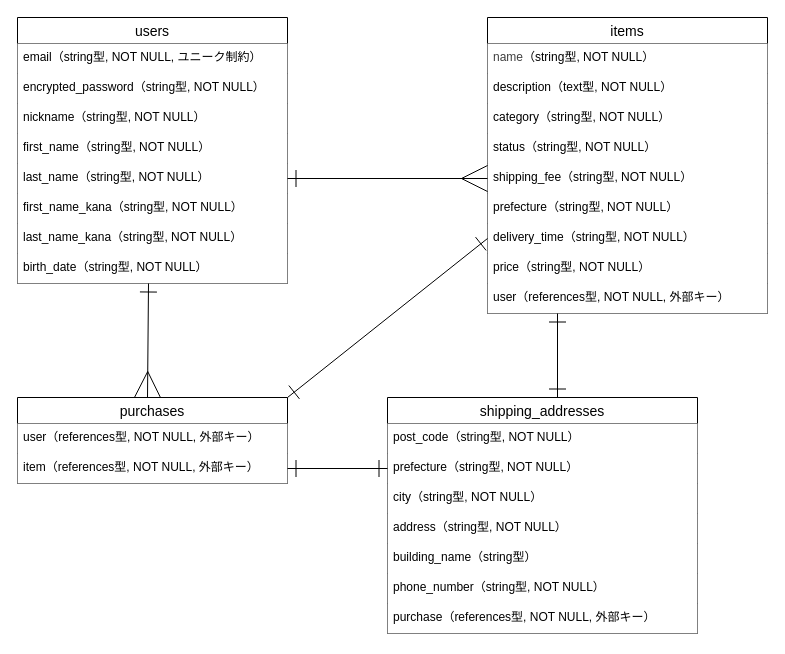
This is furima.dio from Yotsu001/furima-46819, a draw.io file, before an edit. Source tidied: cells renumbered, new cells numbered last; positions are measured from the earlier drawing's top-left corner, leaving out a move shared by most shapes. Both pictures are drawn from the tidied source at 100%, with x=0, y=0 at pixel (17, 17).
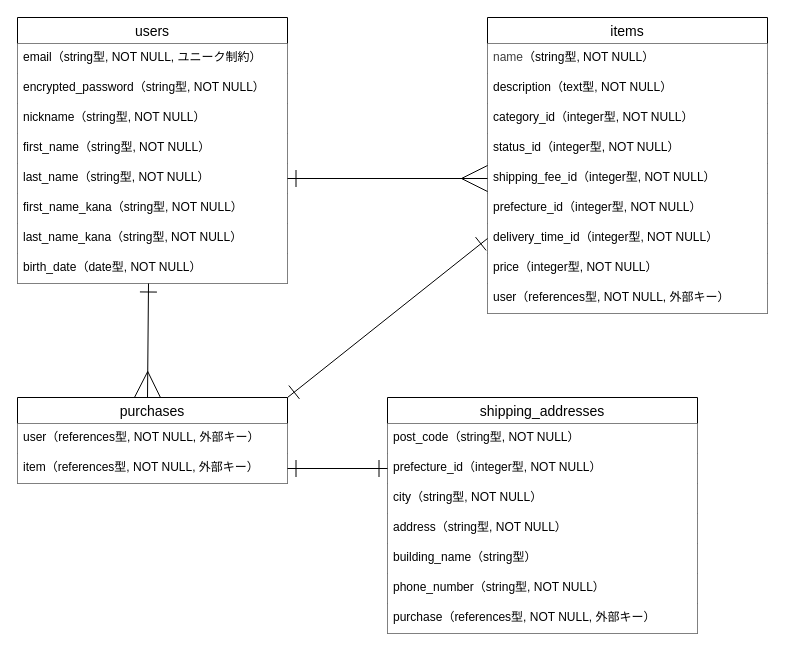
Above is the later version.

Commit message (it also covers changes not shown here):
ER図及びREADMEの修正

The change refers to these unchanged cells:
```xml
<mxCell id="2" value="users" style="swimlane;fontStyle=0;horizontal=1;startSize=26;align=center;fontSize=14;" parent="1" vertex="1">
  <mxGeometry width="270" height="266" as="geometry" />
</mxCell>
<mxCell id="11" value="items" style="swimlane;fontStyle=0;horizontal=1;startSize=26;align=center;fontSize=14;" parent="1" vertex="1">
  <mxGeometry x="470" width="280" height="296" as="geometry" />
</mxCell>
<mxCell id="24" value="shipping_addresses" style="swimlane;fontStyle=0;horizontal=1;startSize=26;align=center;fontSize=14;" parent="1" vertex="1">
  <mxGeometry x="370" y="380" width="310" height="236" as="geometry" />
</mxCell>
```

What changed in the source:
```diff
@@
-    <mxCell id="10" value="&lt;span style=&quot;color: rgb(0, 0, 0);&quot;&gt;birth_date&lt;/span&gt;&lt;span style=&quot;color: rgb(0, 0, 0);&quot;&gt;（string型, NOT NULL）&lt;/span&gt;" style="text;spacingLeft=4;spacingRight=4;overflow=hidden;fontSize=12;whiteSpace=wrap;html=1;fillColor=default;" parent="2" vertex="1">
+    <mxCell id="10" value="&lt;span style=&quot;color: rgb(0, 0, 0);&quot;&gt;birth_date&lt;/span&gt;&lt;span style=&quot;color: rgb(0, 0, 0);&quot;&gt;（date型, NOT NULL）&lt;/span&gt;" style="text;spacingLeft=4;spacingRight=4;overflow=hidden;fontSize=12;whiteSpace=wrap;html=1;fillColor=default;" parent="2" vertex="1">
       <mxGeometry y="236" width="270" height="30" as="geometry" />
     </mxCell>
@@
-    <mxCell id="14" value="category&lt;span style=&quot;color: rgb(0, 0, 0);&quot;&gt;（string型, NOT NULL）&lt;/span&gt;" style="text;strokeColor=none;fillColor=default;spacingLeft=4;spacingRight=4;overflow=hidden;fontSize=12;whiteSpace=wrap;html=1;" parent="11" vertex="1">
+    <mxCell id="14" value="category_id&lt;span style=&quot;color: rgb(0, 0, 0);&quot;&gt;（integer型, NOT NULL）&lt;/span&gt;" style="text;strokeColor=none;fillColor=default;spacingLeft=4;spacingRight=4;overflow=hidden;fontSize=12;whiteSpace=wrap;html=1;" parent="11" vertex="1">
       <mxGeometry y="86" width="280" height="30" as="geometry" />
     </mxCell>
-    <mxCell id="15" value="status&lt;span style=&quot;color: rgb(0, 0, 0);&quot;&gt;（string型, NOT NULL）&lt;/span&gt;" style="text;strokeColor=none;fillColor=default;spacingLeft=4;spacingRight=4;overflow=hidden;fontSize=12;whiteSpace=wrap;html=1;" parent="11" vertex="1">
+    <mxCell id="15" value="status_id&lt;span style=&quot;color: rgb(0, 0, 0);&quot;&gt;（integer型, NOT NULL）&lt;/span&gt;" style="text;strokeColor=none;fillColor=default;spacingLeft=4;spacingRight=4;overflow=hidden;fontSize=12;whiteSpace=wrap;html=1;" parent="11" vertex="1">
       <mxGeometry y="116" width="280" height="30" as="geometry" />
     </mxCell>
-    <mxCell id="16" value="shipping_fee&lt;span style=&quot;color: rgb(0, 0, 0);&quot;&gt;（string型, NOT NULL）&lt;/span&gt;" style="text;strokeColor=none;fillColor=default;spacingLeft=4;spacingRight=4;overflow=hidden;points=[[0,0.5],[1,0.5]];portConstraint=eastwest;fontSize=12;whiteSpace=wrap;html=1;" parent="11" vertex="1">
+    <mxCell id="16" value="shipping_fee_id&lt;span style=&quot;color: rgb(0, 0, 0);&quot;&gt;（integer型, NOT NULL）&lt;/span&gt;" style="text;strokeColor=none;fillColor=default;spacingLeft=4;spacingRight=4;overflow=hidden;points=[[0,0.5],[1,0.5]];portConstraint=eastwest;fontSize=12;whiteSpace=wrap;html=1;" parent="11" vertex="1">
       <mxGeometry y="146" width="280" height="30" as="geometry" />
     </mxCell>
-    <mxCell id="17" value="prefecture&lt;span style=&quot;color: rgb(0, 0, 0);&quot;&gt;（string型, NOT NULL）&lt;/span&gt;" style="text;strokeColor=none;fillColor=default;spacingLeft=4;spacingRight=4;overflow=hidden;fontSize=12;whiteSpace=wrap;html=1;" parent="11" vertex="1">
+    <mxCell id="17" value="prefecture_id&lt;span style=&quot;color: rgb(0, 0, 0);&quot;&gt;（integer型, NOT NULL）&lt;/span&gt;" style="text;strokeColor=none;fillColor=default;spacingLeft=4;spacingRight=4;overflow=hidden;fontSize=12;whiteSpace=wrap;html=1;" parent="11" vertex="1">
       <mxGeometry y="176" width="280" height="30" as="geometry" />
     </mxCell>
-    <mxCell id="18" value="delivery_time&lt;span style=&quot;color: rgb(0, 0, 0);&quot;&gt;（string型, NOT NULL）&lt;/span&gt;" style="text;strokeColor=none;fillColor=default;spacingLeft=4;spacingRight=4;overflow=hidden;points=[[0,0.5],[1,0.5]];portConstraint=eastwest;fontSize=12;whiteSpace=wrap;html=1;" parent="11" vertex="1">
+    <mxCell id="18" value="delivery_time_id&lt;span style=&quot;color: rgb(0, 0, 0);&quot;&gt;（integer型, NOT NULL）&lt;/span&gt;" style="text;strokeColor=none;fillColor=default;spacingLeft=4;spacingRight=4;overflow=hidden;points=[[0,0.5],[1,0.5]];portConstraint=eastwest;fontSize=12;whiteSpace=wrap;html=1;" parent="11" vertex="1">
       <mxGeometry y="206" width="280" height="30" as="geometry" />
     </mxCell>
-    <mxCell id="19" value="price&lt;span style=&quot;color: rgb(0, 0, 0);&quot;&gt;（string型, NOT NULL）&lt;/span&gt;" style="text;strokeColor=none;fillColor=default;spacingLeft=4;spacingRight=4;overflow=hidden;fontSize=12;whiteSpace=wrap;html=1;" parent="11" vertex="1">
+    <mxCell id="19" value="price&lt;span style=&quot;color: rgb(0, 0, 0);&quot;&gt;（integer型, NOT NULL）&lt;/span&gt;" style="text;strokeColor=none;fillColor=default;spacingLeft=4;spacingRight=4;overflow=hidden;fontSize=12;whiteSpace=wrap;html=1;" parent="11" vertex="1">
       <mxGeometry y="236" width="280" height="30" as="geometry" />
     </mxCell>
@@
-    <mxCell id="26" value="prefecture&lt;span style=&quot;color: rgb(0, 0, 0);&quot;&gt;（string型, NOT NULL）&lt;/span&gt;" style="text;strokeColor=none;fillColor=default;spacingLeft=4;spacingRight=4;overflow=hidden;points=[[0,0.5],[1,0.5]];portConstraint=eastwest;fontSize=12;whiteSpace=wrap;html=1;" parent="24" vertex="1">
+    <mxCell id="26" value="prefecture_id&lt;span style=&quot;color: rgb(0, 0, 0);&quot;&gt;（integer型, NOT NULL）&lt;/span&gt;" style="text;strokeColor=none;fillColor=default;spacingLeft=4;spacingRight=4;overflow=hidden;points=[[0,0.5],[1,0.5]];portConstraint=eastwest;fontSize=12;whiteSpace=wrap;html=1;" parent="24" vertex="1">
       <mxGeometry y="56" width="310" height="30" as="geometry" />
     </mxCell>
@@
-    <mxCell id="36" style="edgeStyle=none;html=1;exitX=0.25;exitY=1;exitDx=0;exitDy=0;rounded=1;strokeColor=default;strokeWidth=1;align=center;verticalAlign=middle;fontFamily=Helvetica;fontSize=11;fontColor=default;labelBackgroundColor=default;startArrow=ERone;startFill=0;startSize=15;endArrow=ERone;endFill=0;endSize=15;" parent="1" edge="1" source="11">
-      <mxGeometry relative="1" as="geometry">
-        <mxPoint x="540" y="380" as="targetPoint" />
-      </mxGeometry>
-    </mxCell>
```
